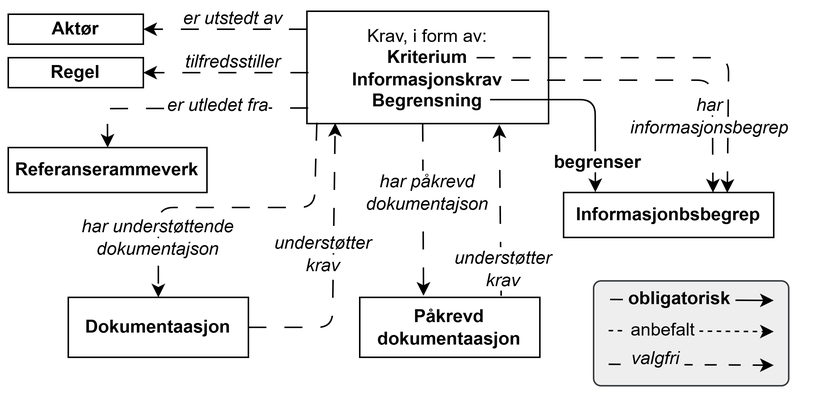
Above: docs/images/CCCEV-AP-NO-forenklet-fremstilling.png in Informasjonsforvaltning/cccev-ap-no (draw.io), before the change. Source tidied: cells renumbered, new cells last; positions are measured from the earlier drawing's top-left corner, leaving out a move shared by most shapes.
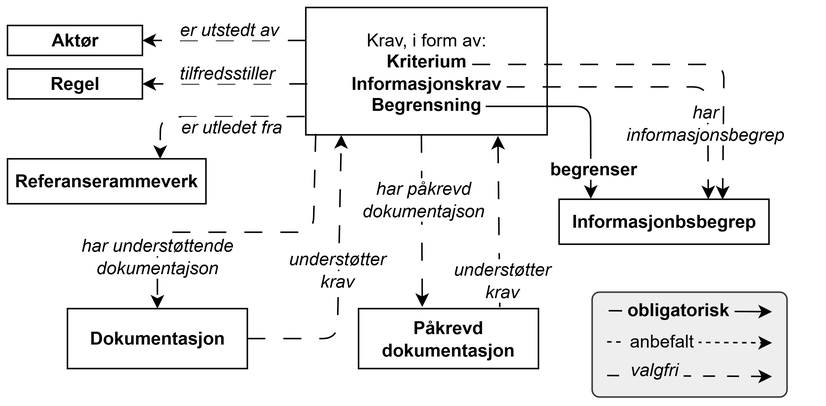
Above is the later version.

Diff of the diagram source:
```diff
@@ -3,7 +3,7 @@
     <mxCell id="0" />
     <mxCell id="1" parent="0" />
     <mxCell id="2" value="Krav, i form av:&lt;br&gt;&lt;b&gt;Kriterium&lt;/b&gt;&lt;br&gt;&lt;b&gt;Informasjonskrav&lt;/b&gt;&lt;br&gt;&lt;b&gt;Begrensning&lt;/b&gt;" style="rounded=0;whiteSpace=wrap;html=1;" parent="1" vertex="1">
-      <mxGeometry x="199" width="161" height="75" as="geometry" />
+      <mxGeometry x="199" y="-10" width="161" height="85" as="geometry" />
     </mxCell>
     <mxCell id="3" value="&lt;b&gt;Aktør&lt;/b&gt;" style="rounded=0;whiteSpace=wrap;html=1;" parent="1" vertex="1">
       <mxGeometry y="2" width="90" height="20" as="geometry" />
@@ -22,89 +22,89 @@
       </mxGeometry>
     </mxCell>
     <mxCell id="7" value="&lt;span style=&quot;background-color: rgb(255, 255, 255);&quot;&gt;&lt;i&gt;er utstedt av&lt;/i&gt;&lt;br&gt;&lt;/span&gt;" style="text;html=1;strokeColor=none;fillColor=none;align=center;verticalAlign=middle;whiteSpace=wrap;rounded=0;" parent="1" vertex="1">
-      <mxGeometry x="110" width="80" height="10" as="geometry" />
+      <mxGeometry x="108" width="80" height="10" as="geometry" />
     </mxCell>
     <mxCell id="8" value="&lt;span style=&quot;background-color: rgb(255, 255, 255);&quot;&gt;&lt;i&gt;tilfredsstiller&lt;/i&gt;&lt;br&gt;&lt;/span&gt;" style="text;html=1;strokeColor=none;fillColor=none;align=center;verticalAlign=middle;whiteSpace=wrap;rounded=0;" parent="1" vertex="1">
-      <mxGeometry x="110" y="29" width="80" height="10" as="geometry" />
+      <mxGeometry x="110" y="29" width="73" height="10" as="geometry" />
     </mxCell>
     <mxCell id="9" style="endArrow=classic;html=1;rounded=1;curved=0;dashed=1;dashPattern=12 12;exitX=0.479;exitY=1;exitDx=0;exitDy=0;entryX=0.354;entryY=-0.028;entryDx=0;entryDy=0;entryPerimeter=0;exitPerimeter=0;" parent="1" edge="1" source="2" target="20">
       <mxGeometry relative="1" as="geometry" />
     </mxCell>
-    <mxCell id="10" style="endArrow=classic;html=1;rounded=1;curved=0;dashed=1;dashPattern=12 12;entryX=0.117;entryY=0.995;entryDx=0;entryDy=0;entryPerimeter=0;exitX=1;exitY=0.5;exitDx=0;exitDy=0;" parent="1" edge="1" source="21" target="2">
+    <mxCell id="10" style="endArrow=classic;html=1;rounded=1;curved=0;dashed=1;dashPattern=12 12;entryX=0.147;entryY=1.001;entryDx=0;entryDy=0;entryPerimeter=0;exitX=1;exitY=0.5;exitDx=0;exitDy=0;" parent="1" edge="1" source="21" target="2">
       <mxGeometry relative="1" as="geometry">
         <Array as="points">
-          <mxPoint x="216" y="211" />
+          <mxPoint x="220" y="211" />
         </Array>
       </mxGeometry>
     </mxCell>
     <mxCell id="11" value="&lt;span style=&quot;background-color: rgb(255, 255, 255);&quot;&gt;&lt;i&gt;understøtter&lt;/i&gt;&lt;/span&gt;&lt;div&gt;&lt;span style=&quot;background-color: rgb(255, 255, 255);&quot;&gt;&lt;i&gt;krav&lt;/i&gt;&lt;br&gt;&lt;/span&gt;&lt;/div&gt;" style="text;html=1;strokeColor=none;fillColor=none;align=center;verticalAlign=middle;whiteSpace=wrap;rounded=0;" parent="1" vertex="1">
-      <mxGeometry x="170" y="151" width="80" height="22" as="geometry" />
+      <mxGeometry x="180" y="154" width="80" height="22" as="geometry" />
     </mxCell>
     <mxCell id="12" value="&lt;b&gt;Referanserammeverk&lt;/b&gt;" style="rounded=0;whiteSpace=wrap;html=1;fillColor=none;strokeColor=#000000;" parent="1" vertex="1">
       <mxGeometry y="91" width="132.4" height="30" as="geometry" />
     </mxCell>
-    <mxCell id="13" style="endArrow=classic;html=1;rounded=0;entryX=0.5;entryY=0;entryDx=0;entryDy=0;dashed=1;dashPattern=12 12;exitX=0.005;exitY=0.861;exitDx=0;exitDy=0;exitPerimeter=0;" parent="1" edge="1" source="2" target="12">
+    <mxCell id="13" style="endArrow=classic;html=1;rounded=1;dashed=1;dashPattern=12 12;exitX=-0.005;exitY=0.856;exitDx=0;exitDy=0;exitPerimeter=0;curved=0;entryX=0.769;entryY=0.004;entryDx=0;entryDy=0;entryPerimeter=0;" parent="1" edge="1" source="2" target="12">
       <mxGeometry relative="1" as="geometry">
         <Array as="points">
-          <mxPoint x="66" y="65" />
+          <mxPoint x="102" y="63" />
         </Array>
       </mxGeometry>
     </mxCell>
     <mxCell id="14" value="&lt;b&gt;Informasjonbsbegrep&lt;/b&gt;" style="rounded=0;whiteSpace=wrap;html=1;fillColor=none;strokeColor=#000000;" parent="1" vertex="1">
-      <mxGeometry x="370" y="121" width="140" height="30" as="geometry" />
+      <mxGeometry x="368" y="118" width="140" height="30" as="geometry" />
     </mxCell>
     <mxCell id="15" style="endArrow=classic;html=1;rounded=1;curved=0;dashed=1;dashPattern=12 12;entryX=0.779;entryY=0.007;entryDx=0;entryDy=0;entryPerimeter=0;" parent="1" edge="1" target="14">
       <mxGeometry relative="1" as="geometry">
-        <mxPoint x="312" y="31" as="sourcePoint" />
+        <mxPoint x="310" y="28" as="sourcePoint" />
         <Array as="points">
-          <mxPoint x="480" y="31" />
+          <mxPoint x="478" y="28" />
         </Array>
       </mxGeometry>
     </mxCell>
     <mxCell id="16" style="endArrow=classic;html=1;rounded=1;entryX=0.151;entryY=-0.01;entryDx=0;entryDy=0;curved=0;entryPerimeter=0;" parent="1" edge="1" target="14">
       <mxGeometry relative="1" as="geometry">
-        <mxPoint x="321" y="59" as="sourcePoint" />
+        <mxPoint x="319" y="56" as="sourcePoint" />
         <Array as="points">
-          <mxPoint x="391" y="59" />
+          <mxPoint x="389" y="56" />
         </Array>
       </mxGeometry>
     </mxCell>
     <mxCell id="17" value="&lt;span style=&quot;background-color: rgb(255, 255, 255);&quot;&gt;&lt;b&gt;begrenser&lt;/b&gt;&lt;br&gt;&lt;/span&gt;" style="text;html=1;strokeColor=none;fillColor=none;align=center;verticalAlign=middle;whiteSpace=wrap;rounded=0;" parent="1" vertex="1">
-      <mxGeometry x="352.8" y="91" width="80" height="20" as="geometry" />
+      <mxGeometry x="350.8" y="88" width="80" height="20" as="geometry" />
     </mxCell>
     <mxCell id="18" style="endArrow=classic;html=1;rounded=1;curved=0;dashed=1;dashPattern=12 12;entryX=0.711;entryY=0;entryDx=0;entryDy=0;entryPerimeter=0;" parent="1" edge="1" target="14">
       <mxGeometry relative="1" as="geometry">
-        <mxPoint x="335" y="46" as="sourcePoint" />
+        <mxPoint x="333" y="43" as="sourcePoint" />
         <Array as="points">
-          <mxPoint x="469" y="46" />
+          <mxPoint x="467" y="43" />
         </Array>
       </mxGeometry>
     </mxCell>
     <mxCell id="19" value="&lt;span style=&quot;background-color: rgb(255, 255, 255);&quot;&gt;&lt;i&gt;har&lt;/i&gt;&lt;/span&gt;&lt;div&gt;&lt;span style=&quot;background-color: rgb(255, 255, 255);&quot;&gt;&lt;i&gt;informasjonsbegrep&lt;/i&gt;&lt;br&gt;&lt;/span&gt;&lt;/div&gt;" style="text;html=1;strokeColor=none;fillColor=none;align=center;verticalAlign=middle;whiteSpace=wrap;rounded=0;" parent="1" vertex="1">
-      <mxGeometry x="393" y="60" width="149" height="20" as="geometry" />
+      <mxGeometry x="391" y="57" width="149" height="20" as="geometry" />
     </mxCell>
-    <mxCell id="20" value="&lt;b&gt;Påkrevd dokumentaasjon&lt;/b&gt;" style="rounded=0;whiteSpace=wrap;html=1;" parent="1" vertex="1">
+    <mxCell id="20" value="&lt;b&gt;Påkrevd dokumentasjon&lt;/b&gt;" style="rounded=0;whiteSpace=wrap;html=1;" parent="1" vertex="1">
       <mxGeometry x="234.2" y="191" width="120" height="40" as="geometry" />
     </mxCell>
-    <mxCell id="21" value="&lt;div&gt;&lt;b style=&quot;background-color: transparent; color: light-dark(rgb(0, 0, 0), rgb(255, 255, 255));&quot;&gt;Dokumentaasjon&lt;/b&gt;&lt;/div&gt;" style="rounded=0;whiteSpace=wrap;html=1;" parent="1" vertex="1">
+    <mxCell id="21" value="&lt;div&gt;&lt;b style=&quot;background-color: transparent; color: light-dark(rgb(0, 0, 0), rgb(255, 255, 255));&quot;&gt;Dokumentasjon&lt;/b&gt;&lt;/div&gt;" style="rounded=0;whiteSpace=wrap;html=1;" parent="1" vertex="1">
       <mxGeometry x="40" y="191" width="120" height="40" as="geometry" />
     </mxCell>
     <mxCell id="22" value="&lt;span style=&quot;background-color: rgb(255, 255, 255);&quot;&gt;&lt;i&gt;er utledet fra&lt;/i&gt;&lt;br&gt;&lt;/span&gt;" style="text;html=1;strokeColor=none;fillColor=none;align=center;verticalAlign=middle;whiteSpace=wrap;rounded=0;" parent="1" vertex="1">
-      <mxGeometry x="100" y="58" width="80" height="10" as="geometry" />
+      <mxGeometry x="111" y="65" width="77" height="10" as="geometry" />
     </mxCell>
     <mxCell id="23" style="endArrow=classic;html=1;rounded=1;curved=0;dashed=1;dashPattern=12 12;entryX=0.5;entryY=0;entryDx=0;entryDy=0;exitX=0.041;exitY=0.992;exitDx=0;exitDy=0;exitPerimeter=0;" parent="1" edge="1" source="2" target="21">
       <mxGeometry relative="1" as="geometry">
         <Array as="points">
-          <mxPoint x="204" y="131" />
-          <mxPoint x="100" y="131" />
+          <mxPoint x="204" y="140" />
+          <mxPoint x="100" y="140" />
         </Array>
       </mxGeometry>
     </mxCell>
     <mxCell id="24" value="&lt;span style=&quot;background-color: rgb(255, 255, 255);&quot;&gt;&lt;i&gt;har understøttende dokumentajson&lt;/i&gt;&lt;br&gt;&lt;/span&gt;" style="text;html=1;strokeColor=none;fillColor=none;align=center;verticalAlign=middle;whiteSpace=wrap;rounded=0;" parent="1" vertex="1">
-      <mxGeometry x="43.2" y="141" width="113.6" height="20" as="geometry" />
+      <mxGeometry x="43.2" y="146" width="113.6" height="20" as="geometry" />
     </mxCell>
     <mxCell id="25" value="&lt;span style=&quot;background-color: rgb(255, 255, 255);&quot;&gt;&lt;i&gt;har påkrevd dokumentajson&lt;/i&gt;&lt;br&gt;&lt;/span&gt;" style="text;html=1;strokeColor=none;fillColor=none;align=center;verticalAlign=middle;whiteSpace=wrap;rounded=0;" parent="1" vertex="1">
-      <mxGeometry x="234.2" y="111" width="90.6" height="20" as="geometry" />
+      <mxGeometry x="232.2" y="108" width="90.6" height="20" as="geometry" />
     </mxCell>
     <mxCell id="26" style="endArrow=classic;html=1;rounded=1;curved=0;dashed=1;dashPattern=12 12;exitX=0.785;exitY=-0.026;exitDx=0;exitDy=0;exitPerimeter=0;entryX=0.796;entryY=1.008;entryDx=0;entryDy=0;entryPerimeter=0;" parent="1" edge="1" source="20" target="2">
       <mxGeometry relative="1" as="geometry" />
```
